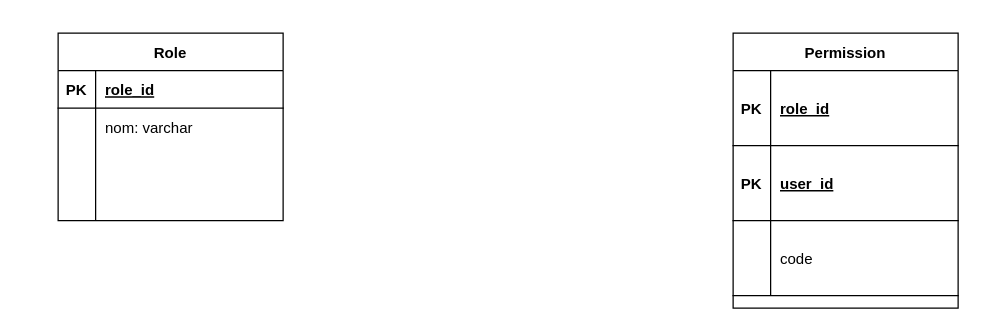
Before: design/Untitled Diagram.drawio in cedrix73/exploration, a draw.io diagram. Source tidied: cells renumbered, new cells numbered last; positions are measured from the earlier drawing's top-left corner, leaving out a move shared by most shapes. Both pictures are drawn from the tidied source at 125%, with x=0, y=0 at pixel (58, 32).
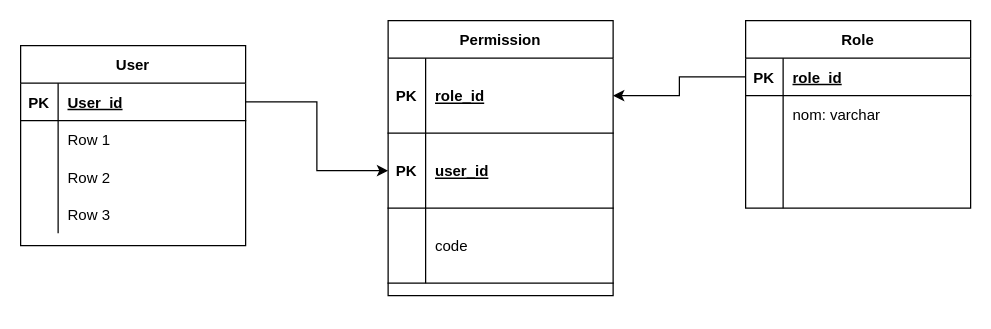
The same diagram, later.

Unchanged cells that the change refers to:
```xml
<mxCell id="3" style="shape=partialRectangle;fillColor=none;top=0;left=0;bottom=1;right=0;points=[[0,0.5],[1,0.5]];portConstraint=eastwest;" parent="2" vertex="1">
  <mxGeometry y="30" width="180" height="30" as="geometry" />
</mxCell>
<mxCell id="16" style="shape=partialRectangle;fillColor=none;top=0;left=0;bottom=1;right=0;points=[[0,0.5],[1,0.5]];portConstraint=eastwest;" parent="15" vertex="1">
  <mxGeometry y="30" width="180" height="60" as="geometry" />
</mxCell>
<mxCell id="19" style="shape=partialRectangle;fillColor=none;top=0;left=0;bottom=1;right=0;points=[[0,0.5],[1,0.5]];portConstraint=eastwest;" parent="15" vertex="1">
  <mxGeometry y="90" width="180" height="60" as="geometry" />
</mxCell>
```

What changed in the source:
```diff
@@
     <mxCell id="2" value="Role" style="shape=table;startSize=30;childLayout=tableLayout;rowLines=0;fontStyle=1;align=center;" parent="1" vertex="1">
-      <mxGeometry width="180" height="150" as="geometry" />
+      <mxGeometry x="550" y="-10" width="180" height="150" as="geometry" />
     </mxCell>
@@
     <mxCell id="15" value="Permission" style="shape=table;startSize=30;childLayout=tableLayout;rowLines=0;fontStyle=1;align=center;" parent="1" vertex="1">
-      <mxGeometry x="540" width="180" height="220" as="geometry" />
+      <mxGeometry x="264" y="-10" width="180" height="220" as="geometry" />
     </mxCell>
@@
+    <mxCell id="25" value="User" style="shape=table;startSize=30;childLayout=tableLayout;rowLines=0;fontStyle=1;align=center;" parent="1" vertex="1">
+      <mxGeometry x="-30" y="10" width="180" height="160" as="geometry" />
+    </mxCell>
+    <mxCell id="26" style="shape=partialRectangle;fillColor=none;top=0;left=0;bottom=1;right=0;points=[[0,0.5],[1,0.5]];portConstraint=eastwest;" parent="25" vertex="1">
+      <mxGeometry y="30" width="180" height="30" as="geometry" />
+    </mxCell>
+    <mxCell id="27" value="PK" style="shape=partialRectangle;fillColor=none;top=0;left=0;bottom=0;right=0;fontStyle=1;overflow=hidden;" parent="26" vertex="1">
+      <mxGeometry width="30" height="30" as="geometry" />
+    </mxCell>
+    <mxCell id="28" value="User_id" style="shape=partialRectangle;fillColor=none;top=0;left=0;bottom=0;right=0;align=left;spacingLeft=6;fontStyle=5;overflow=hidden;" parent="26" vertex="1">
+      <mxGeometry x="30" width="150" height="30" as="geometry" />
+    </mxCell>
+    <mxCell id="29" style="shape=partialRectangle;fillColor=none;top=0;left=0;bottom=0;right=0;" parent="25" vertex="1">
+      <mxGeometry y="60" width="180" height="30" as="geometry" />
+    </mxCell>
+    <mxCell id="30" style="shape=partialRectangle;fillColor=none;top=0;left=0;bottom=0;right=0;overflow=hidden;" parent="29" vertex="1">
+      <mxGeometry width="30" height="30" as="geometry" />
+    </mxCell>
+    <mxCell id="31" value="Row 1" style="shape=partialRectangle;fillColor=none;top=0;left=0;bottom=0;right=0;align=left;spacingLeft=6;overflow=hidden;" parent="29" vertex="1">
+      <mxGeometry x="30" width="150" height="30" as="geometry" />
+    </mxCell>
+    <mxCell id="32" style="shape=partialRectangle;fillColor=none;top=0;left=0;bottom=0;right=0;" parent="25" vertex="1">
+      <mxGeometry y="90" width="180" height="30" as="geometry" />
+    </mxCell>
+    <mxCell id="33" style="shape=partialRectangle;fillColor=none;top=0;left=0;bottom=0;right=0;overflow=hidden;" parent="32" vertex="1">
+      <mxGeometry width="30" height="30" as="geometry" />
+    </mxCell>
+    <mxCell id="34" value="Row 2" style="shape=partialRectangle;fillColor=none;top=0;left=0;bottom=0;right=0;align=left;spacingLeft=6;overflow=hidden;" parent="32" vertex="1">
+      <mxGeometry x="30" width="150" height="30" as="geometry" />
+    </mxCell>
+    <mxCell id="35" style="shape=partialRectangle;fillColor=none;top=0;left=0;bottom=0;right=0;" parent="25" vertex="1">
+      <mxGeometry y="120" width="180" height="30" as="geometry" />
+    </mxCell>
+    <mxCell id="36" style="shape=partialRectangle;fillColor=none;top=0;left=0;bottom=0;right=0;overflow=hidden;" parent="35" vertex="1">
+      <mxGeometry width="30" height="30" as="geometry" />
+    </mxCell>
+    <mxCell id="37" value="Row 3" style="shape=partialRectangle;fillColor=none;top=0;left=0;bottom=0;right=0;align=left;spacingLeft=6;overflow=hidden;" parent="35" vertex="1">
+      <mxGeometry x="30" width="150" height="30" as="geometry" />
+    </mxCell>
+    <mxCell id="38" style="edgeStyle=orthogonalEdgeStyle;rounded=0;jettySize=auto;html=1;" parent="1" edge="1" source="26" target="19">
+      <mxGeometry relative="1" as="geometry" />
+    </mxCell>
+    <mxCell id="39" style="edgeStyle=orthogonalEdgeStyle;rounded=0;jettySize=auto;html=1;" parent="1" edge="1" source="3" target="16">
+      <mxGeometry relative="1" as="geometry" />
+    </mxCell>
```
